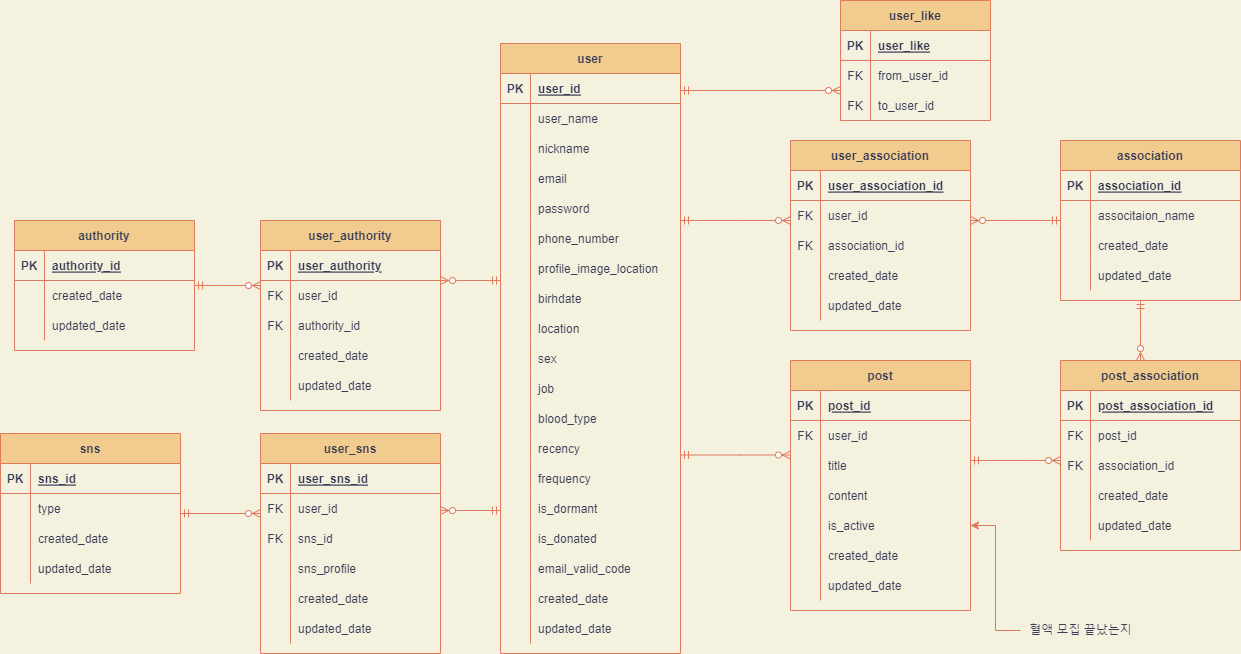
Above: Untitled Diagram.drawio.png in CYC0227/lab (draw.io), before the change. Source tidied: cells renumbered, new cells last; positions are measured from the earlier drawing's top-left corner, leaving out a move shared by most shapes.
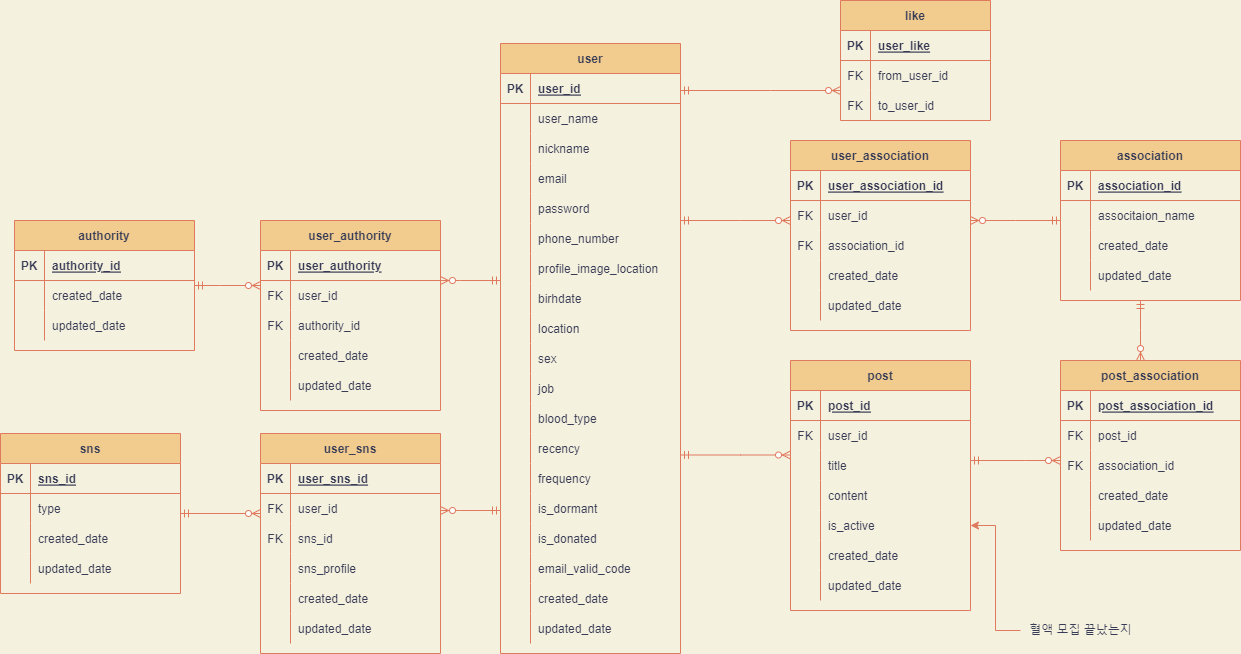
The same file after the commit.

What changed in the source:
```diff
@@ -644,7 +644,7 @@
         </Array>
       </mxGeometry>
     </mxCell>
-    <mxCell id="197" value="user_like" style="shape=table;startSize=30;rowLines=0;fontStyle=1;align=center;fillColor=#F2CC8F;strokeColor=#E07A5F;fontColor=#393C56;" parent="1" vertex="1">
+    <mxCell id="197" value="like" style="shape=table;startSize=30;rowLines=0;fontStyle=1;align=center;fillColor=#F2CC8F;strokeColor=#E07A5F;fontColor=#393C56;" parent="1" vertex="1">
       <mxGeometry x="840" width="150" height="120" as="geometry" />
     </mxCell>
     <mxCell id="198" style="shape=partialRectangle;fillColor=none;top=0;left=0;bottom=1;right=0;strokeColor=#E07A5F;fontColor=#393C56;" parent="197" vertex="1">
```
